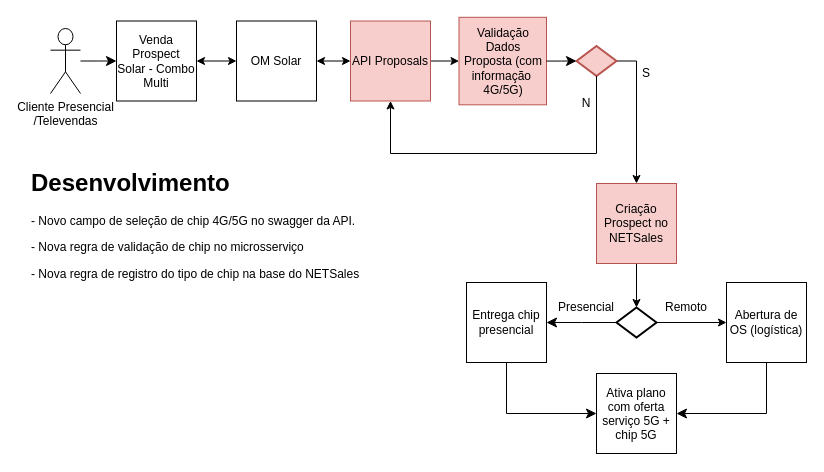
Above: page "API Solar Prospect NETSales" (3 of 5) of 5GSA v2.drawio in samirali/ClaroBrasil (draw.io), before the change. Source tidied: cells renumbered, new cells numbered last; positions are measured from the earlier drawing's top-left corner, leaving out a move shared by most shapes. Both pictures are drawn from the tidied source at 100%, with x=0, y=0 at pixel (26, 17).
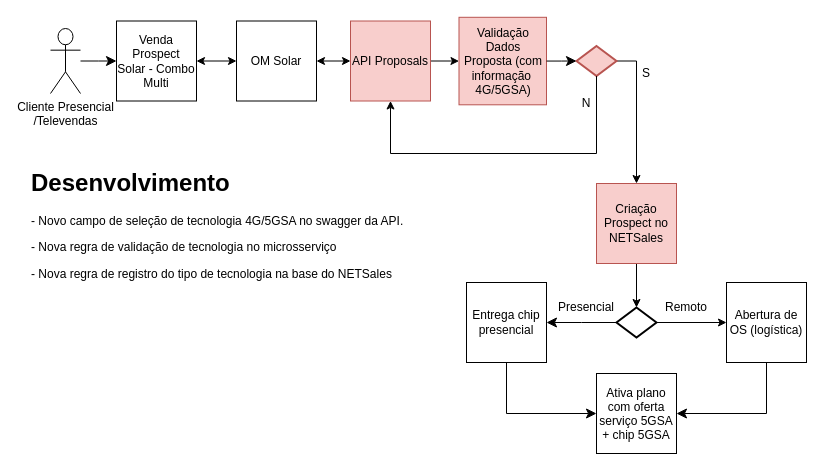
The same page after the edit.

Diff of the diagram source:
```diff
@@
-    <mxCell id="12" value="&lt;p style=&quot;line-height: normal; margin: 0pt 0in; text-indent: 0in; direction: ltr; unicode-bidi: embed; word-break: normal;&quot;&gt;Ativa plano com oferta serviço 5G + chip 5G&lt;/p&gt;" style="whiteSpace=wrap;html=1;" parent="1" vertex="1">
+    <mxCell id="12" value="&lt;p style=&quot;line-height: normal; margin: 0pt 0in; text-indent: 0in; direction: ltr; unicode-bidi: embed; word-break: normal;&quot;&gt;Ativa plano com oferta serviço 5GSA + chip 5GSA&lt;/p&gt;" style="whiteSpace=wrap;html=1;" parent="1" vertex="1">
       <mxGeometry x="570" y="356" width="80" height="80" as="geometry" />
     </mxCell>
@@
-    <mxCell id="15" value="&lt;h1&gt;Desenvolvimento&lt;/h1&gt;&lt;p style=&quot;border-color: var(--border-color);&quot;&gt;&lt;span style=&quot;background-color: initial;&quot;&gt;- Novo campo de seleção de chip 4G/5G no swagger da API.&lt;/span&gt;&lt;br&gt;&lt;/p&gt;&lt;p style=&quot;border-color: var(--border-color);&quot;&gt;- Nova regra de validação de chip no microsserviço&lt;/p&gt;&lt;p style=&quot;border-color: var(--border-color);&quot;&gt;- Nova regra de registro do tipo de chip na base do NETSales&lt;/p&gt;&lt;p&gt;&lt;br&gt;&lt;/p&gt;&lt;div&gt;&lt;br&gt;&lt;/div&gt;" style="text;html=1;strokeColor=none;fillColor=none;spacing=5;spacingTop=-20;whiteSpace=wrap;overflow=hidden;rounded=0;" parent="1" vertex="1">
+    <mxCell id="15" value="&lt;h1&gt;Desenvolvimento&lt;/h1&gt;&lt;p style=&quot;border-color: var(--border-color);&quot;&gt;&lt;span style=&quot;background-color: initial;&quot;&gt;- Novo campo de seleção de tecnologia 4G/5GSA no swagger da API.&lt;/span&gt;&lt;br&gt;&lt;/p&gt;&lt;p style=&quot;border-color: var(--border-color);&quot;&gt;- Nova regra de validação de tecnologia no microsserviço&lt;/p&gt;&lt;p style=&quot;border-color: var(--border-color);&quot;&gt;- Nova regra de registro do tipo de tecnologia na base do NETSales&lt;/p&gt;&lt;p&gt;&lt;br&gt;&lt;/p&gt;&lt;div&gt;&lt;br&gt;&lt;/div&gt;" style="text;html=1;strokeColor=none;fillColor=none;spacing=5;spacingTop=-20;whiteSpace=wrap;overflow=hidden;rounded=0;" parent="1" vertex="1">
       <mxGeometry y="146" width="420" height="150" as="geometry" />
     </mxCell>
@@
-    <mxCell id="23" value="Validação Dados Proposta (com informação&amp;nbsp; 4G/5G)" style="whiteSpace=wrap;html=1;fillColor=#f8cecc;strokeColor=#b85450;" parent="1" vertex="1">
+    <mxCell id="23" value="Validação Dados Proposta (com informação&amp;nbsp; 4G/5GSA)" style="whiteSpace=wrap;html=1;fillColor=#f8cecc;strokeColor=#b85450;" parent="1" vertex="1">
       <mxGeometry x="432.5" y="-0.2" width="87.5" height="87.5" as="geometry" />
     </mxCell>
```
